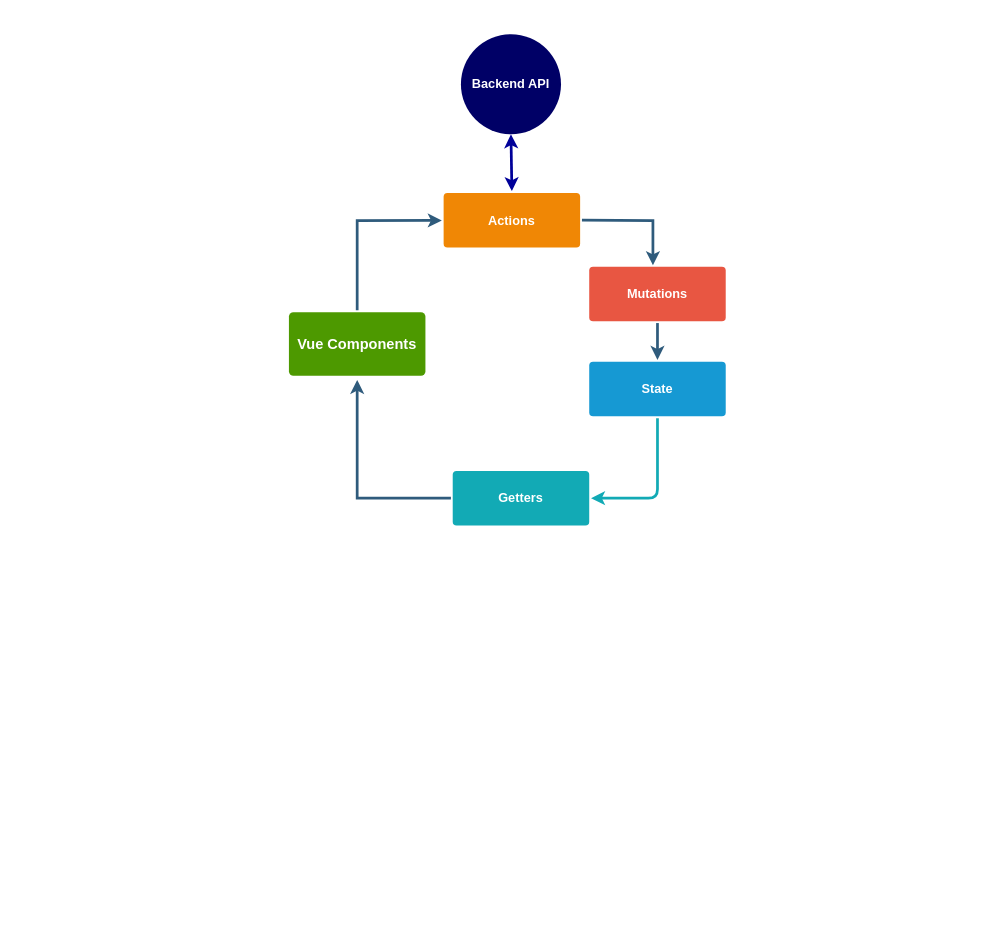
Before: Untitled Diagram.drawio in danieltugok/app.diagrams, a draw.io diagram. Source tidied: cells renumbered, new cells numbered last; positions are measured from the earlier drawing's top-left corner, leaving out a move shared by most shapes. Both pictures are drawn from the tidied source at 91%, with x=0, y=0 at pixel (288, 34).
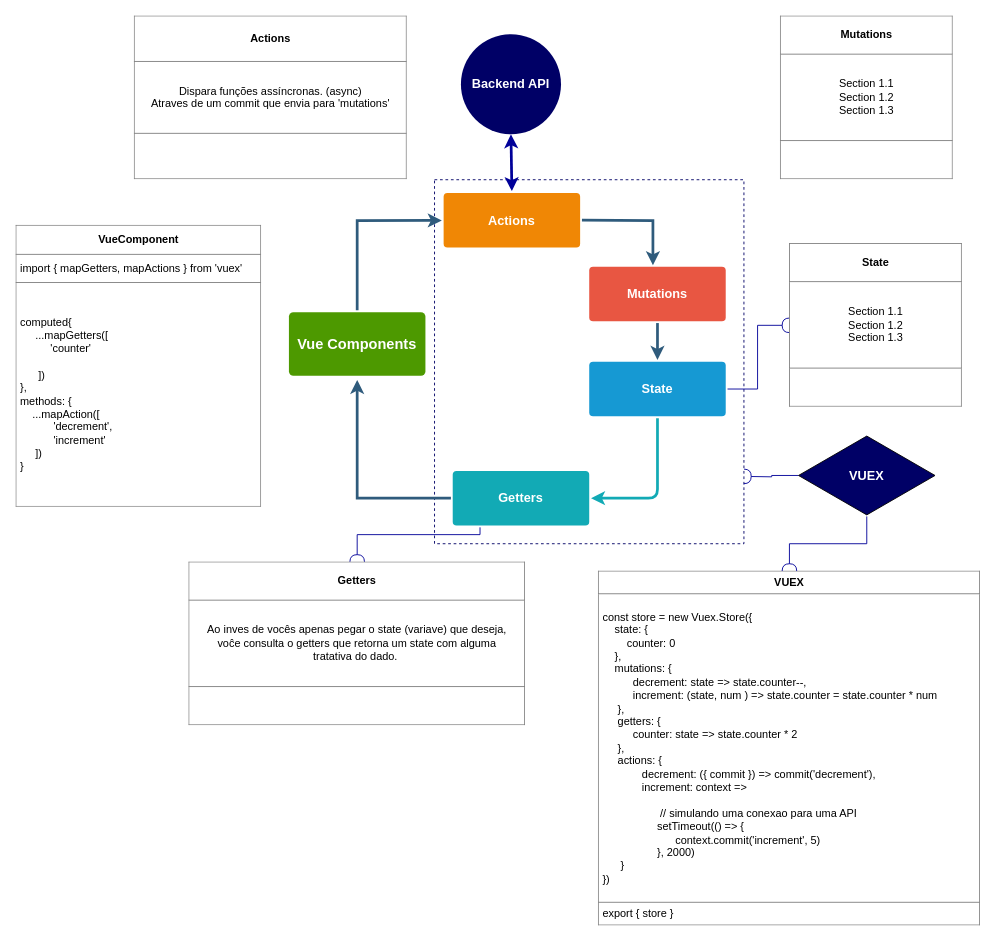
The same page after the edit.

Commit message:
terminando diagrama Vuex

The change refers to these unchanged cells:
```xml
<mxCell id="9" value="Getters" style="rounded=1;whiteSpace=wrap;html=1;shadow=0;labelBackgroundColor=none;strokeColor=none;strokeWidth=3;fillColor=#12aab5;fontFamily=Helvetica;fontSize=14;fontColor=#FFFFFF;align=center;spacing=5;fontStyle=1;arcSize=7;perimeterSpacing=2;" parent="1" vertex="1">
  <mxGeometry x="180" y="480" width="150" height="60" as="geometry" />
</mxCell>
<mxCell id="10" value="State" style="rounded=1;whiteSpace=wrap;html=1;shadow=0;labelBackgroundColor=none;strokeColor=none;strokeWidth=3;fillColor=#1699d3;fontFamily=Helvetica;fontSize=14;fontColor=#FFFFFF;align=center;spacing=5;fontStyle=1;arcSize=7;perimeterSpacing=2;" parent="1" vertex="1">
  <mxGeometry x="330" y="360" width="150" height="60" as="geometry" />
</mxCell>
```

What changed in the source:
```diff
@@
+    <mxCell id="14" style="rounded=0;whiteSpace=wrap;html=1;dashed=1;fillColor=none;strokeColor=#000066;" parent="1" vertex="1">
+      <mxGeometry x="160" y="160" width="340" height="400" as="geometry" />
+    </mxCell>
@@
+    <mxCell id="15" style="edgeStyle=orthogonalEdgeStyle;rounded=0;jettySize=auto;html=1;endArrow=halfCircle;endFill=0;strokeColor=#000099;strokeWidth=1;" parent="1" edge="1" source="9" target="25">
+      <mxGeometry relative="1" as="geometry">
+        <Array as="points">
+          <mxPoint x="210" y="550" />
+          <mxPoint x="75" y="550" />
+        </Array>
+      </mxGeometry>
+    </mxCell>
@@
+    <mxCell id="16" style="edgeStyle=orthogonalEdgeStyle;rounded=0;jettySize=auto;html=1;entryX=0;entryY=0.5;entryDx=0;entryDy=0;endArrow=halfCircle;endFill=0;strokeColor=#000099;strokeWidth=1;" parent="1" edge="1" source="10" target="24">
+      <mxGeometry relative="1" as="geometry" />
+    </mxCell>
@@
+    <mxCell id="17" value="&lt;table border=&quot;1&quot; width=&quot;100%&quot; cellpadding=&quot;4&quot; style=&quot;width: 100% ; height: 100% ; border-collapse: collapse&quot;&gt;&lt;tbody&gt;&lt;tr&gt;&lt;th align=&quot;center&quot;&gt;Actions&lt;/th&gt;&lt;/tr&gt;&lt;tr&gt;&lt;td align=&quot;center&quot;&gt;Dispara funções assíncronas. (async)&lt;br&gt;Atraves de um commit que envia para 'mutations'&lt;/td&gt;&lt;/tr&gt;&lt;tr&gt;&lt;td align=&quot;center&quot;&gt;&lt;br&gt;&lt;/td&gt;&lt;/tr&gt;&lt;/tbody&gt;&lt;/table&gt;" style="text;html=1;strokeColor=none;overflow=fill;fillColor=#ffffff;imageAspect=1;" parent="1" vertex="1">
+      <mxGeometry x="-170" y="-20" width="300" height="180" as="geometry" />
+    </mxCell>
+    <mxCell id="18" value="&lt;table border=&quot;1&quot; width=&quot;100%&quot; cellpadding=&quot;4&quot; style=&quot;width: 100% ; height: 100% ; border-collapse: collapse&quot;&gt;&lt;tbody&gt;&lt;tr&gt;&lt;th style=&quot;text-align: center&quot;&gt;VUEX&lt;/th&gt;&lt;/tr&gt;&lt;tr&gt;&lt;td&gt;const store = new Vuex.Store({&lt;br&gt;&amp;nbsp; &amp;nbsp; state: {&lt;br&gt;&amp;nbsp; &amp;nbsp; &amp;nbsp; &amp;nbsp; counter: 0&lt;br&gt;&amp;nbsp; &amp;nbsp; },&lt;br&gt;&amp;nbsp; &amp;nbsp; mutations: {&lt;br&gt;&amp;nbsp; &amp;nbsp; &amp;nbsp; &amp;nbsp; &amp;nbsp; decrement: state =&amp;gt; state.counter--,&lt;br&gt;&amp;nbsp; &amp;nbsp; &amp;nbsp; &amp;nbsp; &amp;nbsp; increment: (state, num ) =&amp;gt; state.counter = state.counter * num&lt;br&gt;&amp;nbsp; &amp;nbsp; &amp;nbsp;},&lt;br&gt;&amp;nbsp; &amp;nbsp; &amp;nbsp;getters: {&lt;br&gt;&amp;nbsp; &amp;nbsp; &amp;nbsp; &amp;nbsp; &amp;nbsp; counter: state =&amp;gt; state.counter * 2&lt;br&gt;&amp;nbsp; &amp;nbsp; &amp;nbsp;},&lt;br&gt;&amp;nbsp; &amp;nbsp; &amp;nbsp;actions: {&lt;br&gt;&amp;nbsp; &amp;nbsp; &amp;nbsp; &amp;nbsp; &amp;nbsp; &amp;nbsp; &amp;nbsp;decrement: ({ commit }) =&amp;gt; commit('decrement'),&lt;br&gt;&amp;nbsp; &amp;nbsp; &amp;nbsp; &amp;nbsp; &amp;nbsp; &amp;nbsp; &amp;nbsp;increment: context =&amp;gt; &lt;br&gt;&lt;br&gt;&amp;nbsp; &amp;nbsp; &amp;nbsp; &amp;nbsp; &amp;nbsp; &amp;nbsp; &amp;nbsp; &amp;nbsp; &amp;nbsp; &amp;nbsp;// simulando uma conexao para uma API&lt;br&gt;&amp;nbsp; &amp;nbsp; &amp;nbsp; &amp;nbsp; &amp;nbsp; &amp;nbsp; &amp;nbsp; &amp;nbsp; &amp;nbsp; setTimeout(() =&amp;gt; {&lt;br&gt;&amp;nbsp; &amp;nbsp; &amp;nbsp; &amp;nbsp; &amp;nbsp; &amp;nbsp; &amp;nbsp; &amp;nbsp; &amp;nbsp; &amp;nbsp; &amp;nbsp; &amp;nbsp; context.commit('increment', 5)&lt;br&gt;&amp;nbsp; &amp;nbsp; &amp;nbsp; &amp;nbsp; &amp;nbsp; &amp;nbsp; &amp;nbsp; &amp;nbsp; &amp;nbsp; }, 2000)&lt;br&gt;&amp;nbsp; &amp;nbsp; &amp;nbsp; }&lt;br&gt;})&lt;/td&gt;&lt;/tr&gt;&lt;tr&gt;&lt;td&gt;export { store }&lt;/td&gt;&lt;/tr&gt;&lt;/tbody&gt;&lt;/table&gt;" style="text;html=1;strokeColor=none;overflow=fill;align=left;fillColor=#ffffff;" parent="1" vertex="1">
+      <mxGeometry x="340" y="590" width="420" height="390" as="geometry" />
+    </mxCell>
+    <mxCell id="19" value="&lt;table border=&quot;1&quot; width=&quot;100%&quot; cellpadding=&quot;4&quot; style=&quot;width: 100% ; height: 100% ; border-collapse: collapse&quot;&gt;&lt;tbody&gt;&lt;tr&gt;&lt;th style=&quot;text-align: center&quot;&gt;VueComponent&lt;/th&gt;&lt;/tr&gt;&lt;tr&gt;&lt;td&gt;import { mapGetters, mapActions } from 'vuex'&lt;/td&gt;&lt;/tr&gt;&lt;tr&gt;&lt;td&gt;computed{&lt;br&gt;&amp;nbsp; &amp;nbsp; &amp;nbsp;...mapGetters([&lt;br&gt;&amp;nbsp; &amp;nbsp; &amp;nbsp; &amp;nbsp; &amp;nbsp; 'counter'&lt;br&gt;&lt;br&gt;&amp;nbsp; &amp;nbsp; &amp;nbsp; ])&lt;br&gt;},&lt;br&gt;methods: {&lt;br&gt;&amp;nbsp; &amp;nbsp; ...mapAction([&lt;br&gt;&amp;nbsp; &amp;nbsp; &amp;nbsp; &amp;nbsp; &amp;nbsp; &amp;nbsp;'decrement',&lt;br&gt;&amp;nbsp; &amp;nbsp; &amp;nbsp; &amp;nbsp; &amp;nbsp; &amp;nbsp;'increment'&lt;br&gt;&amp;nbsp; &amp;nbsp; &amp;nbsp;])&lt;br&gt;}&lt;/td&gt;&lt;/tr&gt;&lt;/tbody&gt;&lt;/table&gt;" style="text;html=1;strokeColor=none;overflow=fill;align=left;fillColor=#ffffff;" parent="1" vertex="1">
+      <mxGeometry x="-300" y="210" width="270" height="310" as="geometry" />
+    </mxCell>
+    <mxCell id="20" style="edgeStyle=orthogonalEdgeStyle;rounded=0;jettySize=auto;html=1;strokeColor=#000099;strokeWidth=1;endArrow=halfCircle;endFill=0;" parent="1" edge="1" source="22">
+      <mxGeometry relative="1" as="geometry">
+        <mxPoint x="500" y="486" as="targetPoint" />
+      </mxGeometry>
+    </mxCell>
+    <mxCell id="21" style="edgeStyle=orthogonalEdgeStyle;rounded=0;jettySize=auto;html=1;endArrow=halfCircle;endFill=0;strokeColor=#000099;strokeWidth=1;" parent="1" edge="1" source="22" target="18">
+      <mxGeometry relative="1" as="geometry" />
+    </mxCell>
+    <mxCell id="22" value="&lt;font color=&quot;#ffffff&quot; face=&quot;helvetica&quot;&gt;&lt;span style=&quot;font-size: 14px&quot;&gt;&lt;b&gt;VUEX&lt;/b&gt;&lt;/span&gt;&lt;/font&gt;" style="html=1;whiteSpace=wrap;shape=isoRectangle;fillColor=#000066;" parent="1" vertex="1">
+      <mxGeometry x="560" y="440" width="150" height="90" as="geometry" />
+    </mxCell>
+    <mxCell id="23" value="&lt;table border=&quot;1&quot; width=&quot;100%&quot; cellpadding=&quot;4&quot; style=&quot;width: 100% ; height: 100% ; border-collapse: collapse&quot;&gt;&lt;tbody&gt;&lt;tr&gt;&lt;th align=&quot;center&quot;&gt;Mutations&lt;/th&gt;&lt;/tr&gt;&lt;tr&gt;&lt;td align=&quot;center&quot;&gt;Section 1.1&lt;br&gt;Section 1.2&lt;br&gt;Section 1.3&lt;/td&gt;&lt;/tr&gt;&lt;tr&gt;&lt;td align=&quot;center&quot;&gt;&lt;br&gt;&lt;/td&gt;&lt;/tr&gt;&lt;/tbody&gt;&lt;/table&gt;" style="text;html=1;strokeColor=none;overflow=fill;fillColor=#ffffff;" parent="1" vertex="1">
+      <mxGeometry x="540" y="-20" width="190" height="180" as="geometry" />
+    </mxCell>
+    <mxCell id="24" value="&lt;table border=&quot;1&quot; width=&quot;100%&quot; cellpadding=&quot;4&quot; style=&quot;width: 100% ; height: 100% ; border-collapse: collapse&quot;&gt;&lt;tbody&gt;&lt;tr&gt;&lt;th align=&quot;center&quot;&gt;State&lt;/th&gt;&lt;/tr&gt;&lt;tr&gt;&lt;td align=&quot;center&quot;&gt;Section 1.1&lt;br&gt;Section 1.2&lt;br&gt;Section 1.3&lt;/td&gt;&lt;/tr&gt;&lt;tr&gt;&lt;td align=&quot;center&quot;&gt;&lt;br&gt;&lt;/td&gt;&lt;/tr&gt;&lt;/tbody&gt;&lt;/table&gt;" style="text;html=1;strokeColor=none;overflow=fill;fillColor=#ffffff;" parent="1" vertex="1">
+      <mxGeometry x="550" y="230" width="190" height="180" as="geometry" />
+    </mxCell>
+    <mxCell id="25" value="&lt;table border=&quot;1&quot; width=&quot;100%&quot; cellpadding=&quot;4&quot; style=&quot;width: 100% ; height: 100% ; border-collapse: collapse&quot;&gt;&lt;tbody&gt;&lt;tr&gt;&lt;th align=&quot;center&quot;&gt;Getters&lt;/th&gt;&lt;/tr&gt;&lt;tr&gt;&lt;td align=&quot;center&quot;&gt;Ao inves de vocês apenas pegar o state (variave) que deseja, &lt;br&gt;voĉe consulta o getters que retorna um state com alguma&lt;br&gt;tratativa do dado.&amp;nbsp;&lt;/td&gt;&lt;/tr&gt;&lt;tr&gt;&lt;td align=&quot;center&quot;&gt;&lt;br&gt;&lt;/td&gt;&lt;/tr&gt;&lt;/tbody&gt;&lt;/table&gt;" style="text;html=1;strokeColor=none;overflow=fill;fillColor=#ffffff;" parent="1" vertex="1">
+      <mxGeometry x="-110" y="580" width="370" height="180" as="geometry" />
+    </mxCell>
```
